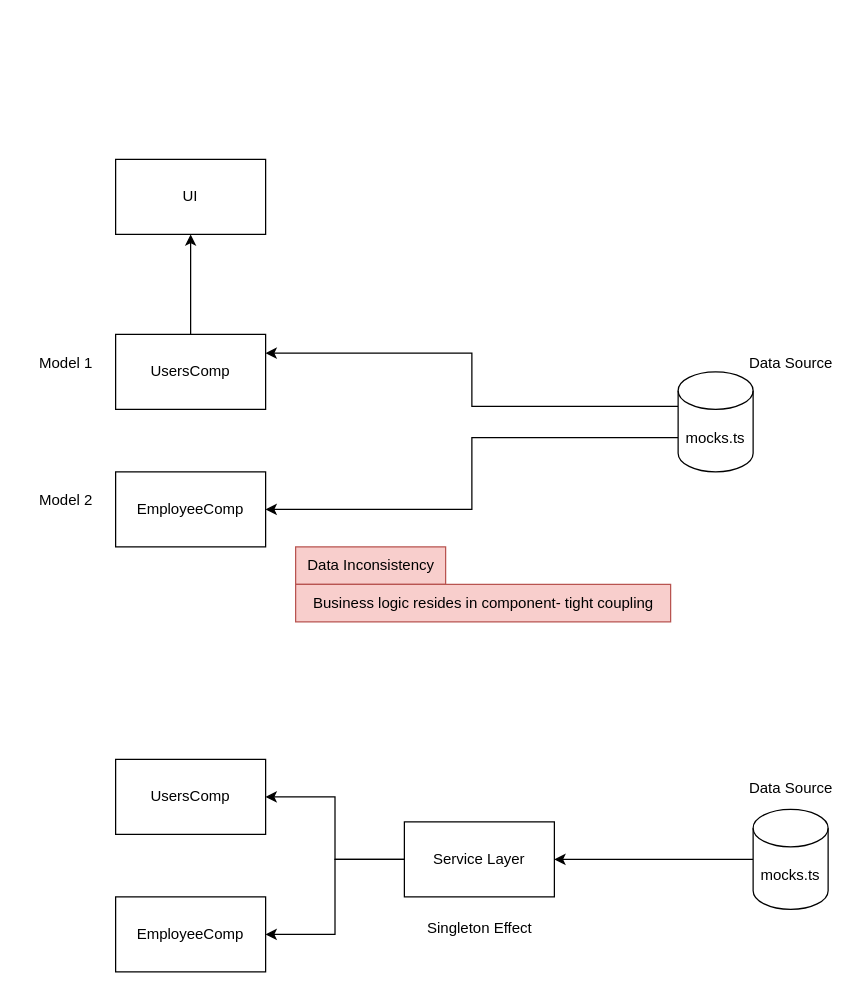
synergy2411/dec-24-ng keeps this draw.io diagram as page "Page-6" (5 of 8) of refs/ng-diagrams.drawio. Above is the earlier version. Source tidied: cells renumbered, new cells numbered last; positions are measured from the earlier drawing's top-left corner, leaving out a move shared by most shapes. Both pictures are drawn from the tidied source at 125%, with x=0, y=0 at pixel (21, 159).
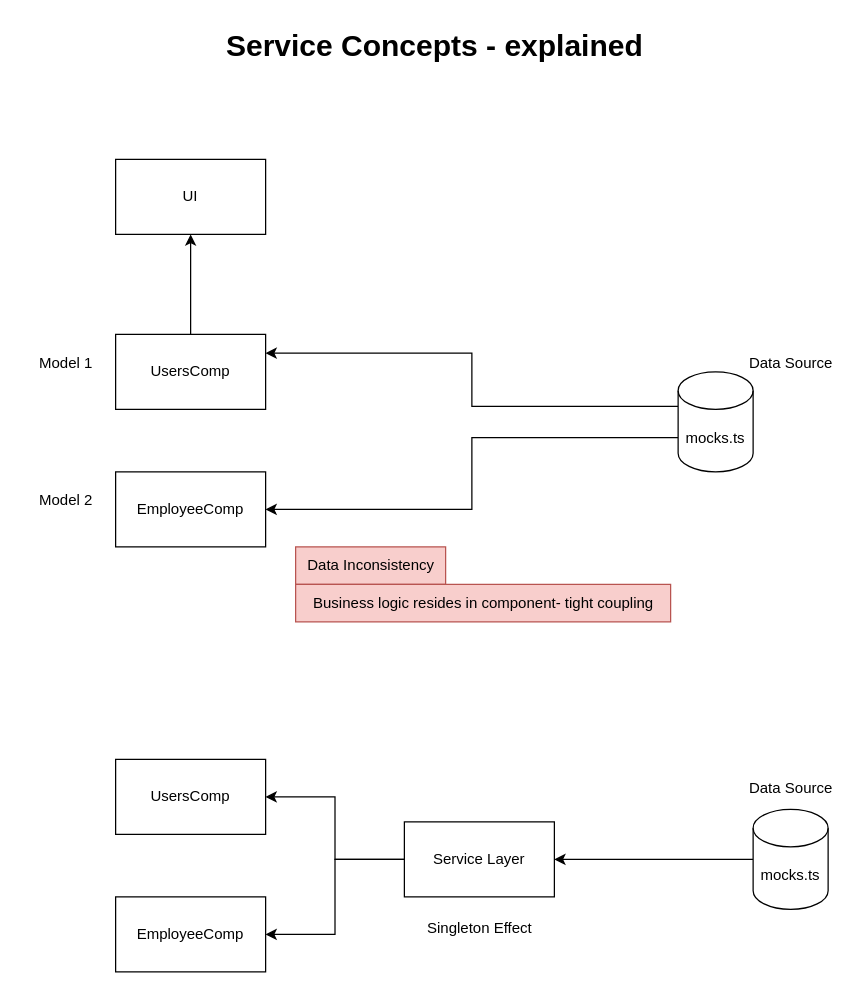
The same page after the edit.

The edit, as a diff of the source:
```diff
@@
+    <mxCell id="23" value="Service Concepts - explained" style="text;strokeColor=none;fillColor=none;html=1;fontSize=24;fontStyle=1;verticalAlign=middle;align=center;" parent="1" vertex="1">
+      <mxGeometry x="280" y="-110" width="100" height="40" as="geometry" />
+    </mxCell>
```
